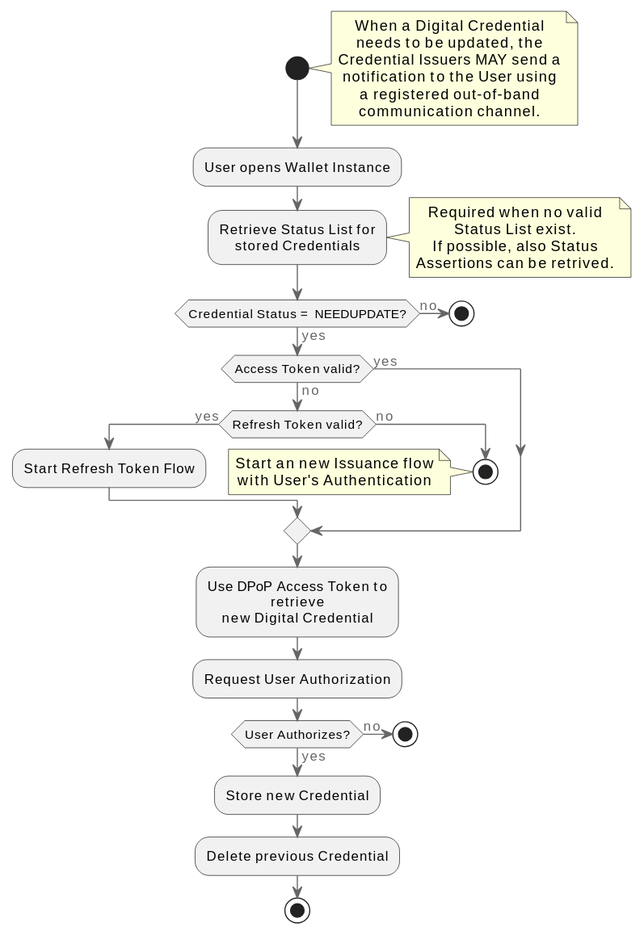
Before: images/Re-Issuance-Flow.svg, a diagram exported from PlantUML (italia/eid-wallet-it-docs).
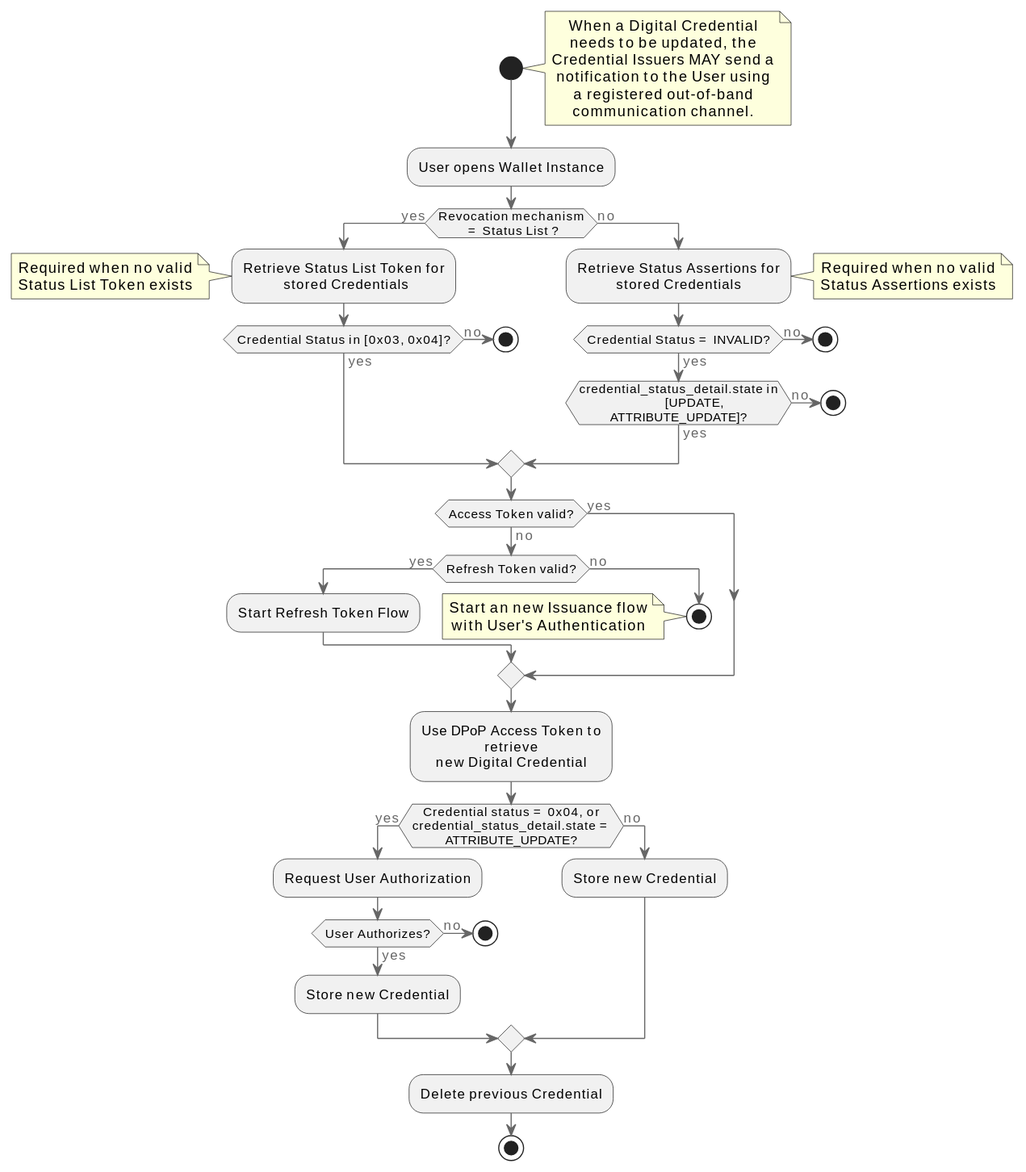
Above is the later version.

Commit message:
Status_list_commits_25/03/2025

The edit, as a diff of the source:
```diff
@@ -1,5 +1,7 @@
 @startuml
 !include https://raw.githubusercontent.com/plantuml-stdlib/C4-PlantUML/master/C4_Dynamic.puml
+
+
 
 start
 note right
@@ -8,16 +10,37 @@
 
 :User opens Wallet Instance;
 
+if (Revocation mechanism \n = Status List ?) then (yes)
 
-:Retrieve Status List for
-stored Credentials;
-note right
-Required when no valid
-Status List exist.
-If possible, also Status Assertions can be retrived.
-end note
+   :Retrieve Status List Token for
+    stored Credentials;
+    note left
+    Required when no valid
+    Status List Token exists
+    end note
+    if (Credential Status in [0x03, 0x04]?) then (yes)
+     else (no)
+             stop
+     endif
+    else (no)
 
-if (Credential Status = NEEDUPDATE?) then (yes)
+    :Retrieve Status Assertions for
+    stored Credentials;
+    note right
+    Required when no valid
+    Status Assertions exists
+    end note
+
+    if (Credential Status = INVALID?) then (yes)
+        if (credential_status_detail.state in
+        [UPDATE, ATTRIBUTE_UPDATE]?) then (yes)
+        else (no)
+             stop
+        endif
+     else (no)
+             stop
+     endif
+endif
 
         if (Access Token valid?) then (yes)
 
@@ -35,18 +58,18 @@
 
         :Use DPoP Access Token to retrieve
         new Digital Credential;
+        if (Credential status = 0x04, or \ncredential_status_detail.state = ATTRIBUTE_UPDATE?) then (yes)
             :Request User Authorization;
             if (User Authorizes?) then (yes)
                 :Store new Credential;
             else (no)
                 stop
             endif
+        else (no)
+            :Store new Credential;
+        endif
 
         :Delete previous Credential;
 
-else (no)
-    stop
-endif
-
 stop
 @enduml
```
